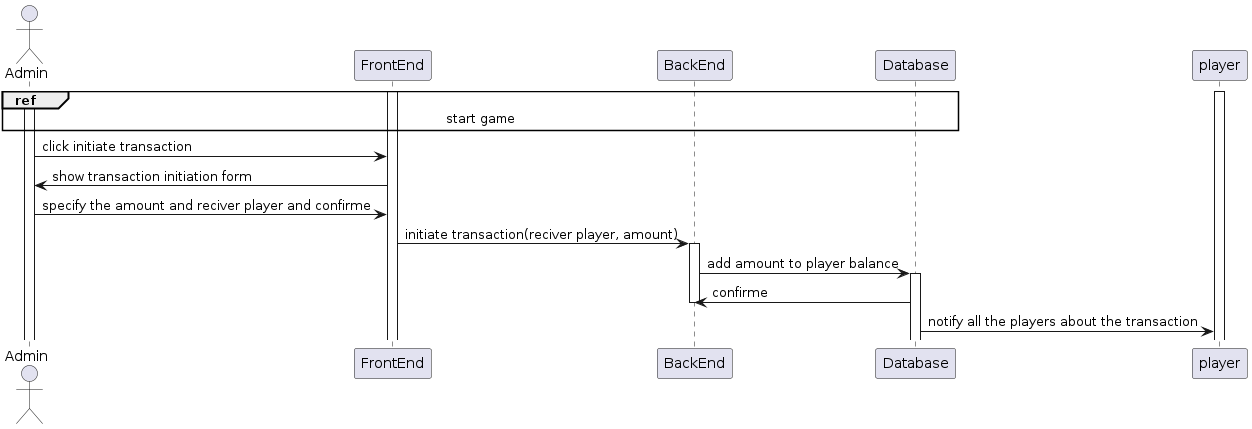
This is thesis_tex/assets/diagrams/initiate_transaction_to_another_player_detailedSD.png from monoploy-game/thesis, a PlantUML export, as it was before one commit.
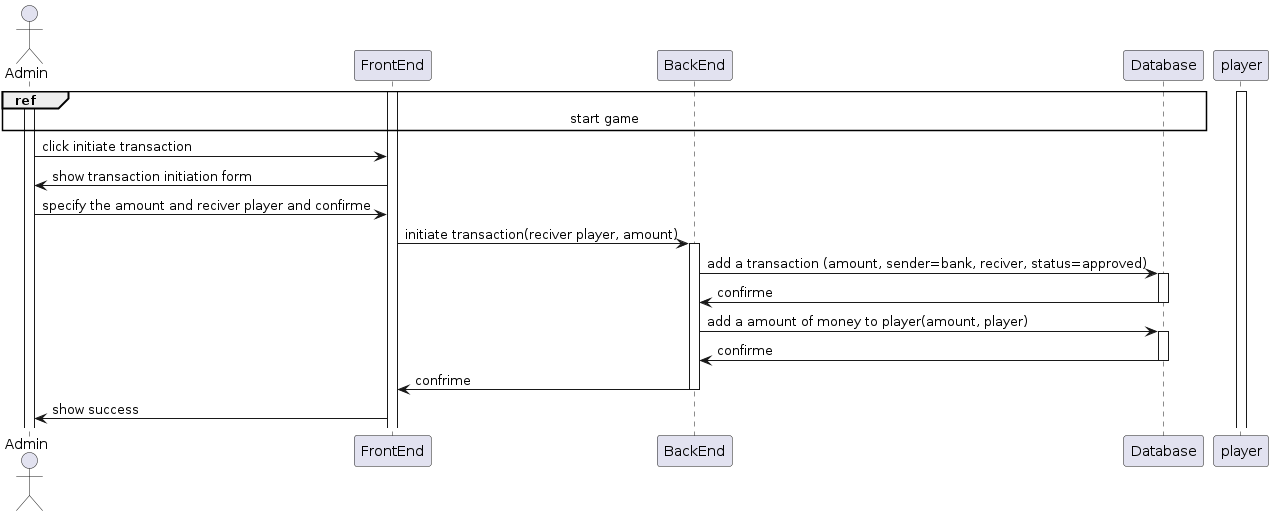
The same file after the commit.

Commit message:
initiate transaction to another player dsd and sd updated

The edit, as a diff of the source:
```diff
@@ -1,4 +1,4 @@
-@startuml "initiate transaction to another player"
+@startuml
 
 actor Admin
 
@@ -15,12 +15,21 @@
 FrontEnd -> BackEnd : initiate transaction(reciver player, amount)
 activate BackEnd
 
-BackEnd -> Database : add amount to player balance
+BackEnd -> Database : add a transaction (amount, sender=bank, reciver, status=approved)
 Activate Database
 
 Database -> BackEnd : confirme
+deactivate Database
+
+BackEnd -> Database : add a amount of money to player(amount, player)
+Activate Database
+
+Database -> BackEnd : confirme
+deactivate Database
+
+BackEnd -> FrontEnd : confrime
 deactivate BackEnd
 
-Database -> player : notify all the players about the transaction
+FrontEnd -> Admin : show success
 
 @enduml
```
